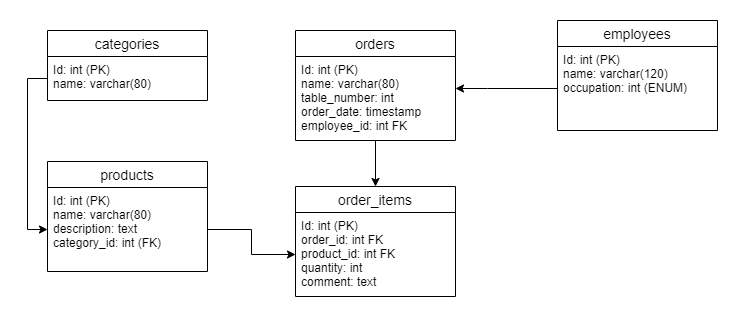
Earlier version of the draw.io export docs/images/diagrama-banco.png (fabricioje/pedido-rapido-admin). Source tidied: cells renumbered, new cells last; positions are measured from the earlier drawing's top-left corner, leaving out a move shared by most shapes. Its diagram source:
```xml
<mxGraphModel>
  <root>
    <mxCell id="0" />
    <mxCell id="1" parent="0" />
    <mxCell id="2" value="categories" style="swimlane;fontStyle=0;horizontal=1;startSize=26;align=center;fontSize=14;" parent="1" vertex="1">
      <mxGeometry y="10" width="160" height="70" as="geometry" />
    </mxCell>
    <mxCell id="3" value="Id: int (PK)&#10;name: varchar(80)" style="text;strokeColor=none;fillColor=none;spacingLeft=4;spacingRight=4;overflow=hidden;points=[[0,0.5],[1,0.5]];portConstraint=eastwest;fontSize=12;" parent="2" vertex="1">
      <mxGeometry y="26" width="160" height="44" as="geometry" />
    </mxCell>
    <mxCell id="4" value="products" style="swimlane;fontStyle=0;horizontal=1;startSize=26;align=center;fontSize=14;" parent="1" vertex="1">
      <mxGeometry y="141" width="160" height="110" as="geometry" />
    </mxCell>
    <mxCell id="5" value="Id: int (PK)&#10;name: varchar(80)&#10;description: text&#10;category_id: int (FK)" style="text;strokeColor=none;fillColor=none;spacingLeft=4;spacingRight=4;overflow=hidden;points=[[0,0.5],[1,0.5]];portConstraint=eastwest;fontSize=12;" parent="4" vertex="1">
      <mxGeometry y="26" width="160" height="84" as="geometry" />
    </mxCell>
    <mxCell id="6" style="edgeStyle=orthogonalEdgeStyle;rounded=0;jettySize=auto;html=1;entryX=0.5;entryY=0;entryDx=0;entryDy=0;" parent="1" edge="1" source="7" target="9">
      <mxGeometry relative="1" as="geometry" />
    </mxCell>
    <mxCell id="7" value="orders" style="swimlane;fontStyle=0;horizontal=1;startSize=26;align=center;fontSize=14;" parent="1" vertex="1">
      <mxGeometry x="248" y="10" width="160" height="110" as="geometry" />
    </mxCell>
    <mxCell id="8" value="Id: int (PK)&#10;name: varchar(80)&#10;table_number: int &#10;order_date: timestamp&#10;employee_id: int FK" style="text;strokeColor=none;fillColor=none;spacingLeft=4;spacingRight=4;overflow=hidden;points=[[0,0.5],[1,0.5]];portConstraint=eastwest;fontSize=12;" parent="7" vertex="1">
      <mxGeometry y="26" width="160" height="84" as="geometry" />
    </mxCell>
    <mxCell id="9" value="order_items" style="swimlane;fontStyle=0;horizontal=1;startSize=26;align=center;fontSize=14;" parent="1" vertex="1">
      <mxGeometry x="248" y="166" width="160" height="110" as="geometry" />
    </mxCell>
    <mxCell id="10" value="Id: int (PK)&#10;order_id: int FK&#10;product_id: int FK&#10;quantity: int&#10;comment: text&#10;" style="text;strokeColor=none;fillColor=none;spacingLeft=4;spacingRight=4;overflow=hidden;points=[[0,0.5],[1,0.5]];portConstraint=eastwest;fontSize=12;" parent="9" vertex="1">
      <mxGeometry y="26" width="160" height="84" as="geometry" />
    </mxCell>
    <mxCell id="11" value="employees" style="swimlane;fontStyle=0;horizontal=1;startSize=26;align=center;fontSize=14;" parent="1" vertex="1">
      <mxGeometry x="510" width="160" height="110" as="geometry" />
    </mxCell>
    <mxCell id="12" value="Id: int (PK)&#10;name: varchar(120)&#10;occupation: int (ENUM)&#10;" style="text;strokeColor=none;fillColor=none;spacingLeft=4;spacingRight=4;overflow=hidden;points=[[0,0.5],[1,0.5]];portConstraint=eastwest;fontSize=12;" parent="11" vertex="1">
      <mxGeometry y="26" width="160" height="84" as="geometry" />
    </mxCell>
    <mxCell id="13" style="edgeStyle=orthogonalEdgeStyle;rounded=0;jettySize=auto;html=1;entryX=0;entryY=0.5;entryDx=0;entryDy=0;" parent="1" edge="1" source="3" target="5">
      <mxGeometry relative="1" as="geometry" />
    </mxCell>
    <mxCell id="14" style="edgeStyle=orthogonalEdgeStyle;rounded=0;jettySize=auto;html=1;" parent="1" edge="1" source="5" target="10">
      <mxGeometry relative="1" as="geometry" />
    </mxCell>
    <mxCell id="15" style="edgeStyle=orthogonalEdgeStyle;rounded=0;jettySize=auto;html=1;" parent="1" edge="1" source="12" target="8">
      <mxGeometry relative="1" as="geometry">
        <Array as="points">
          <mxPoint x="440" y="68" />
          <mxPoint x="440" y="68" />
        </Array>
      </mxGeometry>
    </mxCell>
  </root>
</mxGraphModel>
```
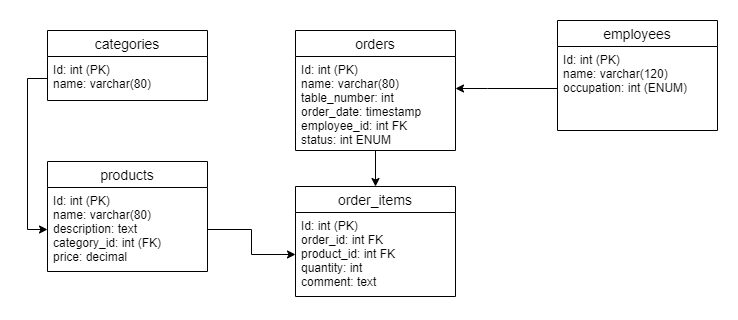
After the commit.

Commit message:
Adicionado coluna price a tabela products

What changed in the source:
```diff
@@ -11,17 +11,17 @@
     <mxCell id="4" value="products" style="swimlane;fontStyle=0;horizontal=1;startSize=26;align=center;fontSize=14;" parent="1" vertex="1">
       <mxGeometry y="141" width="160" height="110" as="geometry" />
     </mxCell>
-    <mxCell id="5" value="Id: int (PK)&#10;name: varchar(80)&#10;description: text&#10;category_id: int (FK)" style="text;strokeColor=none;fillColor=none;spacingLeft=4;spacingRight=4;overflow=hidden;points=[[0,0.5],[1,0.5]];portConstraint=eastwest;fontSize=12;" parent="4" vertex="1">
+    <mxCell id="5" value="Id: int (PK)&#10;name: varchar(80)&#10;description: text&#10;category_id: int (FK)&#10;price: decimal" style="text;strokeColor=none;fillColor=none;spacingLeft=4;spacingRight=4;overflow=hidden;points=[[0,0.5],[1,0.5]];portConstraint=eastwest;fontSize=12;" parent="4" vertex="1">
       <mxGeometry y="26" width="160" height="84" as="geometry" />
     </mxCell>
     <mxCell id="6" style="edgeStyle=orthogonalEdgeStyle;rounded=0;jettySize=auto;html=1;entryX=0.5;entryY=0;entryDx=0;entryDy=0;" parent="1" edge="1" source="7" target="9">
       <mxGeometry relative="1" as="geometry" />
     </mxCell>
     <mxCell id="7" value="orders" style="swimlane;fontStyle=0;horizontal=1;startSize=26;align=center;fontSize=14;" parent="1" vertex="1">
-      <mxGeometry x="248" y="10" width="160" height="110" as="geometry" />
+      <mxGeometry x="248" y="10" width="160" height="120" as="geometry" />
     </mxCell>
-    <mxCell id="8" value="Id: int (PK)&#10;name: varchar(80)&#10;table_number: int &#10;order_date: timestamp&#10;employee_id: int FK" style="text;strokeColor=none;fillColor=none;spacingLeft=4;spacingRight=4;overflow=hidden;points=[[0,0.5],[1,0.5]];portConstraint=eastwest;fontSize=12;" parent="7" vertex="1">
-      <mxGeometry y="26" width="160" height="84" as="geometry" />
+    <mxCell id="8" value="Id: int (PK)&#10;name: varchar(80)&#10;table_number: int &#10;order_date: timestamp&#10;employee_id: int FK&#10;status: int ENUM" style="text;strokeColor=none;fillColor=none;spacingLeft=4;spacingRight=4;overflow=hidden;points=[[0,0.5],[1,0.5]];portConstraint=eastwest;fontSize=12;" parent="7" vertex="1">
+      <mxGeometry y="26" width="160" height="94" as="geometry" />
     </mxCell>
     <mxCell id="9" value="order_items" style="swimlane;fontStyle=0;horizontal=1;startSize=26;align=center;fontSize=14;" parent="1" vertex="1">
       <mxGeometry x="248" y="166" width="160" height="110" as="geometry" />
```
